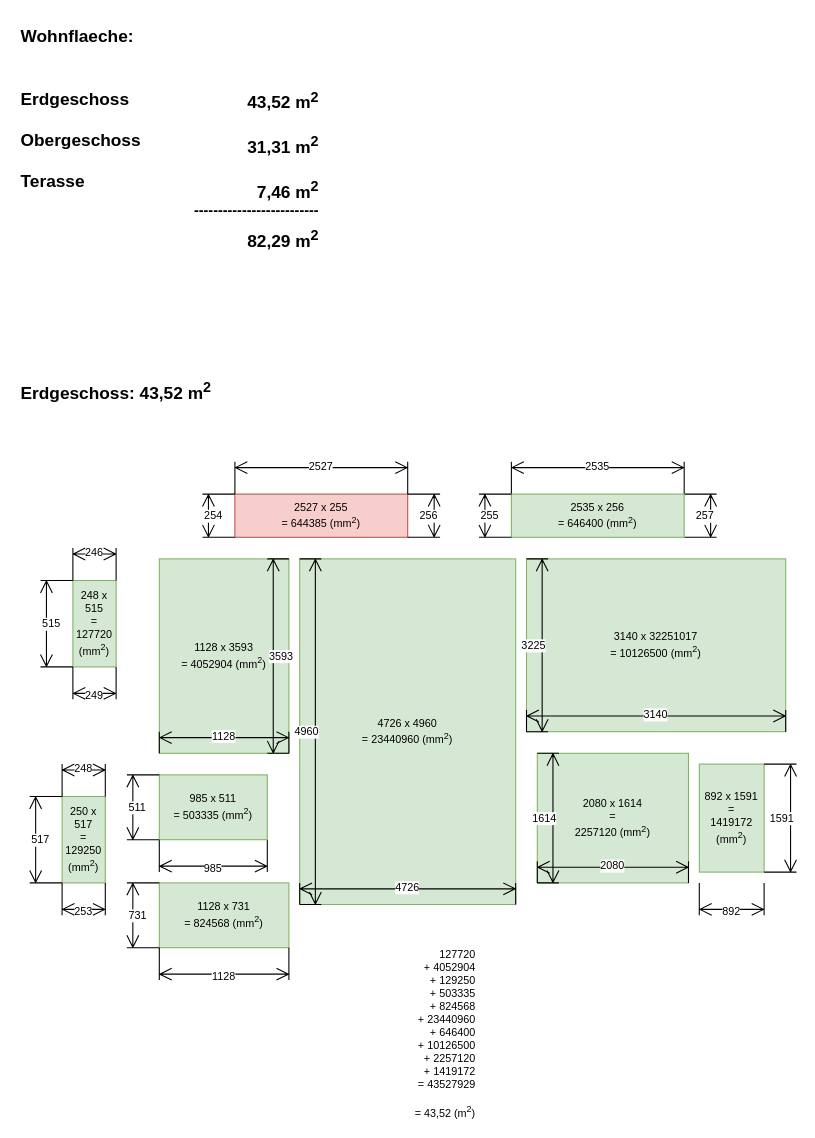
Earlier version of the draw.io diagram page "Erdgeschoss" (1 of 3) of ruderzimmer.drawio (episcopus2001/wohnflaeche). Source tidied: cells renumbered, new cells numbered last; positions are measured from the earlier drawing's top-left corner, leaving out a move shared by most shapes. Both pictures are drawn from the tidied source at 108%, with x=0, y=0 at pixel (18, 18).
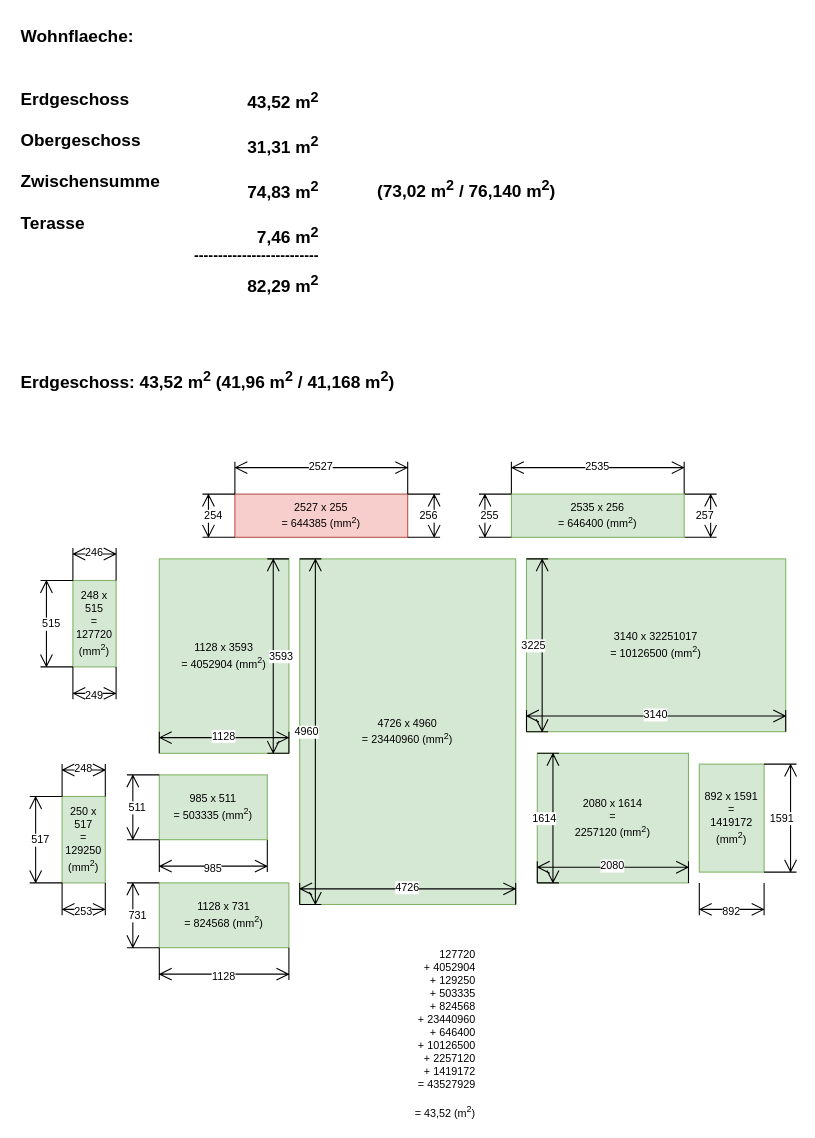
Above is the later version.

What changed in the source:
```diff
@@
-    <mxCell id="10" value="Erdgeschoss: 43,52 m&lt;sup&gt;2&lt;/sup&gt;" style="text;html=1;strokeColor=none;fillColor=none;align=left;verticalAlign=middle;whiteSpace=wrap;rounded=0;fontStyle=1;fontSize=16;" parent="1" vertex="1">
-      <mxGeometry y="330" width="280" height="30" as="geometry" />
+    <mxCell id="10" value="Erdgeschoss: 43,52 m&lt;sup&gt;2&lt;/sup&gt; (41,96 m&lt;sup&gt;2&lt;/sup&gt; / 41,168 m&lt;sup&gt;2&lt;/sup&gt;)" style="text;html=1;strokeColor=none;fillColor=none;align=left;verticalAlign=middle;whiteSpace=wrap;rounded=0;fontStyle=1;fontSize=16;" parent="1" vertex="1">
+      <mxGeometry y="320" width="500" height="30" as="geometry" />
     </mxCell>
@@
-    <mxCell id="41" value="&lt;div&gt;Wohnflaeche:&lt;/div&gt;&lt;div&gt;&lt;br&gt;&lt;/div&gt;&lt;div&gt;&lt;br&gt;&lt;/div&gt;&lt;div&gt;Erdgeschoss&lt;/div&gt;&lt;div&gt;&lt;br&gt;&lt;/div&gt;&lt;div&gt;Obergeschoss&lt;/div&gt;&lt;div&gt;&lt;br&gt;&lt;/div&gt;&lt;div&gt;Terasse&lt;br&gt;&lt;/div&gt;" style="text;html=1;strokeColor=none;fillColor=none;align=left;verticalAlign=top;whiteSpace=wrap;rounded=0;fontStyle=1;fontSize=16;" parent="1" vertex="1">
+    <mxCell id="41" value="&lt;div&gt;Wohnflaeche:&lt;/div&gt;&lt;div&gt;&lt;br&gt;&lt;/div&gt;&lt;div&gt;&lt;br&gt;&lt;/div&gt;&lt;div&gt;Erdgeschoss&lt;/div&gt;&lt;div&gt;&lt;br&gt;&lt;/div&gt;&lt;div&gt;Obergeschoss&lt;/div&gt;&lt;div&gt;&lt;br&gt;&lt;/div&gt;&lt;div&gt;Zwischensumme&lt;br&gt;&lt;/div&gt;&lt;div&gt;&lt;br&gt;&lt;/div&gt;&lt;div&gt;Terasse&lt;br&gt;&lt;/div&gt;" style="text;html=1;strokeColor=none;fillColor=none;align=left;verticalAlign=top;whiteSpace=wrap;rounded=0;fontStyle=1;fontSize=16;" parent="1" vertex="1">
       <mxGeometry width="120" height="30" as="geometry" />
     </mxCell>
-    <mxCell id="42" value="&lt;div&gt;&amp;nbsp;&lt;/div&gt;&lt;div&gt;&lt;br&gt;&lt;/div&gt;&lt;div&gt;&lt;br&gt;&lt;/div&gt;&lt;div&gt;43,52 m&lt;sup&gt;2&lt;/sup&gt;&lt;/div&gt;&lt;div&gt;&lt;br&gt;&lt;/div&gt;&lt;div&gt;31,31 m&lt;sup&gt;2&lt;/sup&gt;&lt;/div&gt;&lt;div&gt;&lt;br&gt;&lt;/div&gt;&lt;div&gt;7,46 m&lt;sup&gt;2&lt;/sup&gt;&lt;/div&gt;&lt;div&gt;&lt;sup&gt;--------------------------&lt;/sup&gt;&lt;/div&gt;&lt;div&gt;82,29 m&lt;sup&gt;2&lt;/sup&gt;&lt;/div&gt;" style="text;html=1;strokeColor=none;fillColor=none;align=right;verticalAlign=top;whiteSpace=wrap;rounded=0;fontStyle=1;fontSize=16;" parent="1" vertex="1">
+    <mxCell id="42" value="&lt;div&gt;&amp;nbsp;&lt;/div&gt;&lt;div&gt;&lt;br&gt;&lt;/div&gt;&lt;div&gt;&lt;br&gt;&lt;/div&gt;&lt;div&gt;43,52 m&lt;sup&gt;2&lt;/sup&gt;&lt;/div&gt;&lt;div&gt;&lt;br&gt;&lt;/div&gt;&lt;div&gt;31,31 m&lt;sup&gt;2&lt;/sup&gt;&lt;/div&gt;&lt;div&gt;&lt;br&gt;&lt;/div&gt;&lt;div&gt;&amp;nbsp;&amp;nbsp;&amp;nbsp;&amp;nbsp;&amp;nbsp;&amp;nbsp;&amp;nbsp;&amp;nbsp; 74,83 m&lt;sup&gt;2&lt;/sup&gt;&lt;/div&gt;&lt;div&gt;&lt;br&gt;&lt;/div&gt;&lt;div&gt;7,46 m&lt;sup&gt;2&lt;/sup&gt;&lt;/div&gt;&lt;div&gt;&lt;sup&gt;--------------------------&lt;/sup&gt;&lt;/div&gt;&lt;div&gt;82,29 m&lt;sup&gt;2&lt;/sup&gt;&lt;/div&gt;" style="text;html=1;strokeColor=none;fillColor=none;align=right;verticalAlign=top;whiteSpace=wrap;rounded=0;fontStyle=1;fontSize=16;" parent="1" vertex="1">
       <mxGeometry x="160" width="120" height="30" as="geometry" />
     </mxCell>
+    <mxCell id="43" value="(73,02 m&lt;sup&gt;2&lt;/sup&gt; / 76,140 m&lt;sup&gt;2&lt;/sup&gt;)" style="text;html=1;strokeColor=none;fillColor=none;align=left;verticalAlign=top;whiteSpace=wrap;rounded=0;fontStyle=1;fontSize=16;" parent="1" vertex="1">
+      <mxGeometry x="330" y="140" width="186" height="30" as="geometry" />
+    </mxCell>
```
